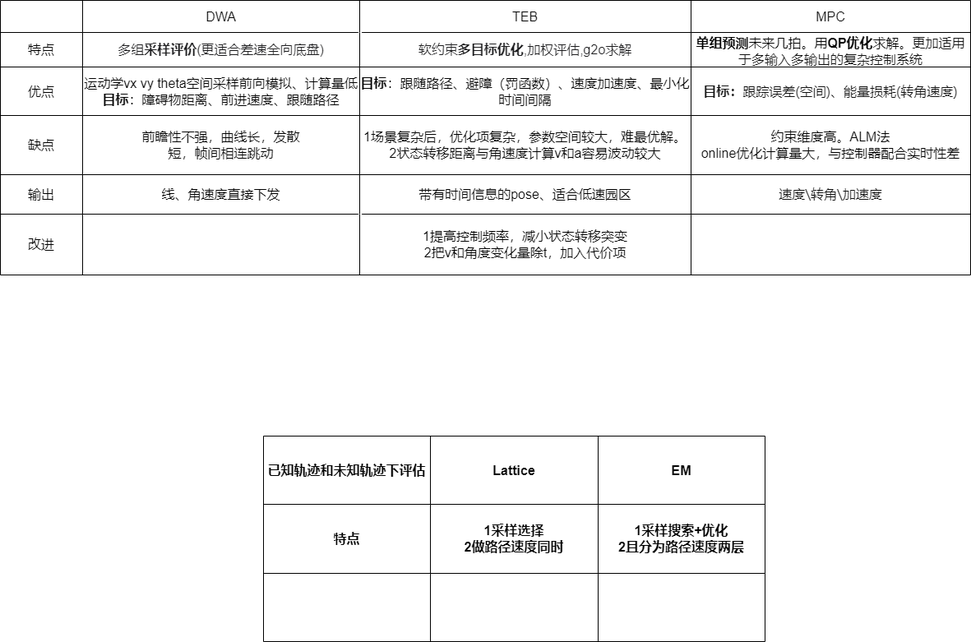
Before: fisrst.drawio.png, a diagram exported from draw.io (JonHarold/MAPF). Source tidied: cells renumbered, new cells last; positions are measured from the earlier drawing's top-left corner, leaving out a move shared by most shapes.
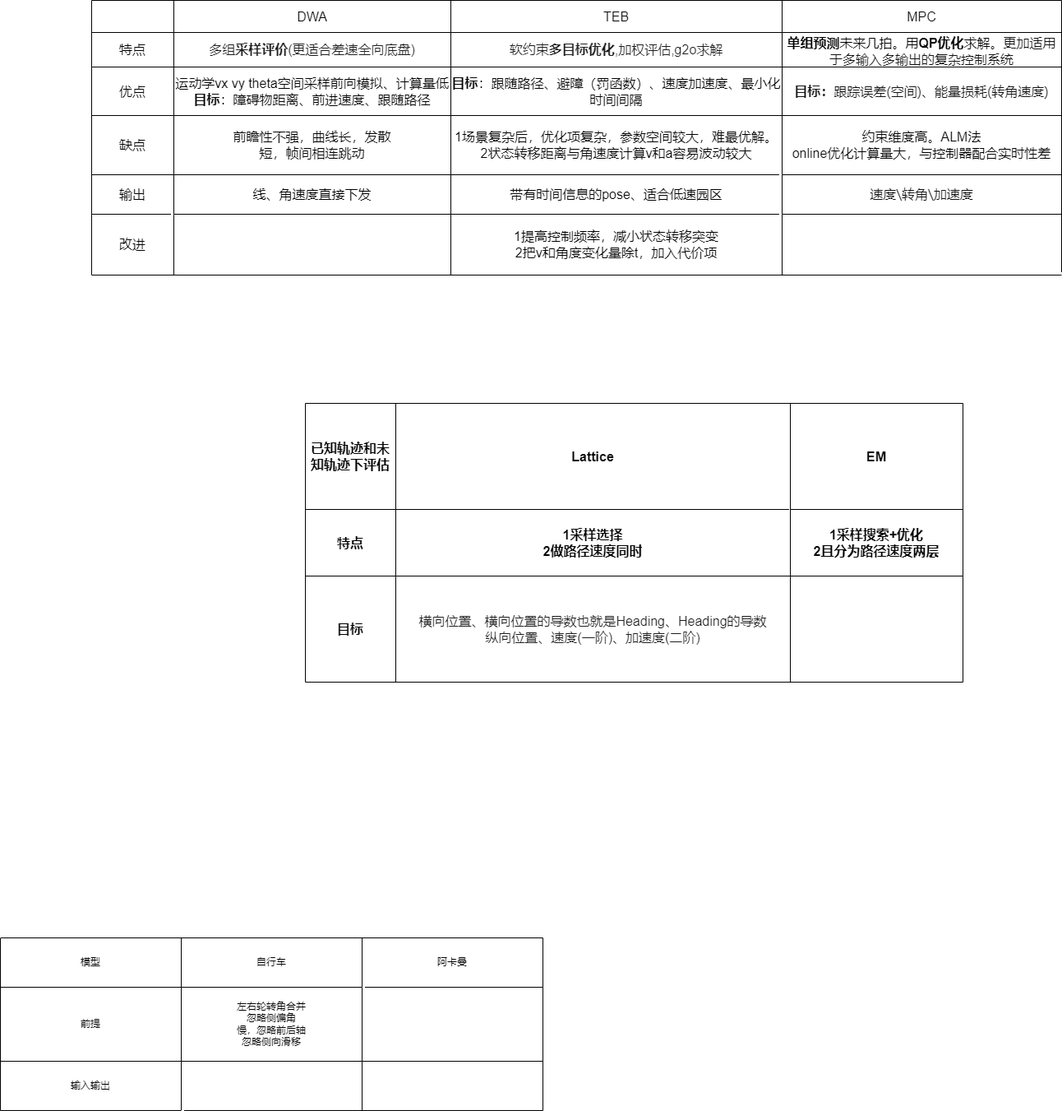
Above is the later version.

The edit, as a diff of the source:
```diff
@@ -96,43 +96,82 @@
       <mxGeometry x="840" width="340" height="74" as="geometry" />
     </mxCell>
     <mxCell id="33" style="shape=table;startSize=0;fontSize=16;fontStyle=1;" parent="1" vertex="1">
-      <mxGeometry x="320" y="530" width="610" height="250" as="geometry" />
+      <mxGeometry x="260" y="490" width="800" height="339" as="geometry" />
     </mxCell>
     <mxCell id="34" style="shape=tableRow;horizontal=0;startSize=0;swimlaneHead=0;swimlaneBody=0;top=0;left=0;bottom=0;right=0;fillColor=none;fontSize=16;fontStyle=1;" parent="33" vertex="1">
-      <mxGeometry width="610" height="83" as="geometry" />
+      <mxGeometry width="800" height="129" as="geometry" />
     </mxCell>
     <mxCell id="35" value="已知轨迹和未知轨迹下评估" style="shape=partialRectangle;html=1;whiteSpace=wrap;overflow=hidden;fillColor=none;top=0;left=0;bottom=0;right=0;fontSize=16;fontStyle=1;" parent="34" vertex="1">
-      <mxGeometry width="203" height="83" as="geometry" />
+      <mxGeometry width="110" height="129" as="geometry" />
     </mxCell>
     <mxCell id="36" value="Lattice" style="shape=partialRectangle;html=1;whiteSpace=wrap;overflow=hidden;fillColor=none;top=0;left=0;bottom=0;right=0;fontSize=16;fontStyle=1;" parent="34" vertex="1">
-      <mxGeometry x="203" width="204" height="83" as="geometry" />
+      <mxGeometry x="110" width="480" height="129" as="geometry" />
     </mxCell>
     <mxCell id="37" value="EM" style="shape=partialRectangle;html=1;whiteSpace=wrap;overflow=hidden;fillColor=none;top=0;left=0;bottom=0;right=0;fontSize=16;fontStyle=1;" parent="34" vertex="1">
-      <mxGeometry x="407" width="203" height="83" as="geometry" />
+      <mxGeometry x="590" width="210" height="129" as="geometry" />
     </mxCell>
     <mxCell id="38" style="shape=tableRow;horizontal=0;startSize=0;swimlaneHead=0;swimlaneBody=0;top=0;left=0;bottom=0;right=0;fillColor=none;fontSize=16;fontStyle=1;" parent="33" vertex="1">
-      <mxGeometry y="83" width="610" height="84" as="geometry" />
+      <mxGeometry y="129" width="800" height="81" as="geometry" />
     </mxCell>
     <mxCell id="39" value="特点" style="shape=partialRectangle;html=1;whiteSpace=wrap;overflow=hidden;fillColor=none;top=0;left=0;bottom=0;right=0;fontSize=16;fontStyle=1;" parent="38" vertex="1">
-      <mxGeometry width="203" height="84" as="geometry" />
+      <mxGeometry width="110" height="81" as="geometry" />
     </mxCell>
     <mxCell id="40" value="1采样选择&lt;br&gt;2做路径速度同时" style="shape=partialRectangle;html=1;whiteSpace=wrap;overflow=hidden;fillColor=none;top=0;left=0;bottom=0;right=0;fontSize=16;fontStyle=1;" parent="38" vertex="1">
-      <mxGeometry x="203" width="204" height="84" as="geometry" />
+      <mxGeometry x="110" width="480" height="81" as="geometry" />
     </mxCell>
     <mxCell id="41" value="1采样搜索+优化&lt;br style=&quot;font-size: 16px;&quot;&gt;2且分为路径速度两层" style="shape=partialRectangle;html=1;whiteSpace=wrap;overflow=hidden;fillColor=none;top=0;left=0;bottom=0;right=0;fontSize=16;fontStyle=1;" parent="38" vertex="1">
-      <mxGeometry x="407" width="203" height="84" as="geometry" />
+      <mxGeometry x="590" width="210" height="81" as="geometry" />
     </mxCell>
     <mxCell id="42" style="shape=tableRow;horizontal=0;startSize=0;swimlaneHead=0;swimlaneBody=0;top=0;left=0;bottom=0;right=0;fillColor=none;fontSize=16;fontStyle=1;" parent="33" vertex="1">
-      <mxGeometry y="167" width="610" height="83" as="geometry" />
+      <mxGeometry y="210" width="800" height="129" as="geometry" />
     </mxCell>
-    <mxCell id="43" style="shape=partialRectangle;html=1;whiteSpace=wrap;overflow=hidden;fillColor=none;top=0;left=0;bottom=0;right=0;fontSize=16;fontStyle=1;" parent="42" vertex="1">
-      <mxGeometry width="203" height="83" as="geometry" />
+    <mxCell id="43" value="目标" style="shape=partialRectangle;html=1;whiteSpace=wrap;overflow=hidden;fillColor=none;top=0;left=0;bottom=0;right=0;fontSize=16;fontStyle=1;" parent="42" vertex="1">
+      <mxGeometry width="110" height="129" as="geometry" />
     </mxCell>
-    <mxCell id="44" style="shape=partialRectangle;html=1;whiteSpace=wrap;overflow=hidden;fillColor=none;top=0;left=0;bottom=0;right=0;fontSize=16;fontStyle=1;" parent="42" vertex="1">
-      <mxGeometry x="203" width="204" height="83" as="geometry" />
+    <mxCell id="44" value="&lt;span style=&quot;color: rgb(29, 29, 31); font-family: SourceSansPro, -apple-system, &amp;quot;PingFang SC&amp;quot;, &amp;quot;Apple Color Emoji&amp;quot;, BlinkMacSystemFont, Helvetica, Arial, &amp;quot;Segoe UI Emoji&amp;quot;, &amp;quot;Segoe UI Symbol&amp;quot;, &amp;quot;Microsoft YaHei&amp;quot;, 微软雅黑, 黑体, Heiti, sans-serif, SimSun, 宋体, serif; font-weight: 400; text-align: start; background-color: rgb(255, 255, 255);&quot;&gt;横向位置、横向位置的导数也就是Heading、Heading的导数&lt;br&gt;&lt;/span&gt;&lt;span style=&quot;color: rgb(29, 29, 31); font-family: SourceSansPro, -apple-system, &amp;quot;PingFang SC&amp;quot;, &amp;quot;Apple Color Emoji&amp;quot;, BlinkMacSystemFont, Helvetica, Arial, &amp;quot;Segoe UI Emoji&amp;quot;, &amp;quot;Segoe UI Symbol&amp;quot;, &amp;quot;Microsoft YaHei&amp;quot;, 微软雅黑, 黑体, Heiti, sans-serif, SimSun, 宋体, serif; font-weight: 400; text-align: start; background-color: rgb(255, 255, 255);&quot;&gt;纵向位置、速度(一阶)、加速度(二阶)&lt;/span&gt;&lt;span style=&quot;color: rgb(29, 29, 31); font-family: SourceSansPro, -apple-system, &amp;quot;PingFang SC&amp;quot;, &amp;quot;Apple Color Emoji&amp;quot;, BlinkMacSystemFont, Helvetica, Arial, &amp;quot;Segoe UI Emoji&amp;quot;, &amp;quot;Segoe UI Symbol&amp;quot;, &amp;quot;Microsoft YaHei&amp;quot;, 微软雅黑, 黑体, Heiti, sans-serif, SimSun, 宋体, serif; font-weight: 400; text-align: start; background-color: rgb(255, 255, 255);&quot;&gt;&lt;br&gt;&lt;/span&gt;" style="shape=partialRectangle;html=1;whiteSpace=wrap;overflow=hidden;fillColor=none;top=0;left=0;bottom=0;right=0;fontSize=16;fontStyle=1;" parent="42" vertex="1">
+      <mxGeometry x="110" width="480" height="129" as="geometry" />
     </mxCell>
     <mxCell id="45" style="shape=partialRectangle;html=1;whiteSpace=wrap;overflow=hidden;fillColor=none;top=0;left=0;bottom=0;right=0;fontSize=16;fontStyle=1;" parent="42" vertex="1">
-      <mxGeometry x="407" width="203" height="83" as="geometry" />
+      <mxGeometry x="590" width="210" height="129" as="geometry" />
     </mxCell>
+    <mxCell id="46" style="shape=table;startSize=0;" parent="1" vertex="1">
+      <mxGeometry x="-111" y="1140" width="660" height="210" as="geometry" />
+    </mxCell>
+    <mxCell id="47" style="shape=tableRow;horizontal=0;startSize=0;swimlaneHead=0;swimlaneBody=0;top=0;left=0;bottom=0;right=0;fillColor=none;" parent="46" vertex="1">
+      <mxGeometry width="660" height="60" as="geometry" />
+    </mxCell>
+    <mxCell id="48" value="模型" style="shape=partialRectangle;html=1;whiteSpace=wrap;overflow=hidden;fillColor=none;top=0;left=0;bottom=0;right=0;" parent="47" vertex="1">
+      <mxGeometry width="220" height="60" as="geometry" />
+    </mxCell>
+    <mxCell id="49" value="自行车" style="shape=partialRectangle;html=1;whiteSpace=wrap;overflow=hidden;fillColor=none;top=0;left=0;bottom=0;right=0;" parent="47" vertex="1">
+      <mxGeometry x="220" width="220" height="60" as="geometry" />
+    </mxCell>
+    <mxCell id="50" value="阿卡曼" style="shape=partialRectangle;html=1;whiteSpace=wrap;overflow=hidden;fillColor=none;top=0;left=0;bottom=0;right=0;" parent="47" vertex="1">
+      <mxGeometry x="440" width="220" height="60" as="geometry" />
+    </mxCell>
+    <mxCell id="51" style="shape=tableRow;horizontal=0;startSize=0;swimlaneHead=0;swimlaneBody=0;top=0;left=0;bottom=0;right=0;fillColor=none;" parent="46" vertex="1">
+      <mxGeometry y="60" width="660" height="90" as="geometry" />
+    </mxCell>
+    <mxCell id="52" value="前提" style="shape=partialRectangle;html=1;whiteSpace=wrap;overflow=hidden;fillColor=none;top=0;left=0;bottom=0;right=0;" parent="51" vertex="1">
+      <mxGeometry width="220" height="90" as="geometry" />
+    </mxCell>
+    <mxCell id="53" value="左右轮转角合并&lt;br&gt;忽略侧偏角&lt;br&gt;慢，忽略前后轴&lt;br&gt;忽略侧向滑移" style="shape=partialRectangle;html=1;whiteSpace=wrap;overflow=hidden;fillColor=none;top=0;left=0;bottom=0;right=0;" parent="51" vertex="1">
+      <mxGeometry x="220" width="220" height="90" as="geometry" />
+    </mxCell>
+    <mxCell id="54" style="shape=partialRectangle;html=1;whiteSpace=wrap;overflow=hidden;fillColor=none;top=0;left=0;bottom=0;right=0;" parent="51" vertex="1">
+      <mxGeometry x="440" width="220" height="90" as="geometry" />
+    </mxCell>
+    <mxCell id="55" style="shape=tableRow;horizontal=0;startSize=0;swimlaneHead=0;swimlaneBody=0;top=0;left=0;bottom=0;right=0;fillColor=none;" parent="46" vertex="1">
+      <mxGeometry y="150" width="660" height="60" as="geometry" />
+    </mxCell>
+    <mxCell id="56" value="输入输出" style="shape=partialRectangle;html=1;whiteSpace=wrap;overflow=hidden;fillColor=none;top=0;left=0;bottom=0;right=0;" parent="55" vertex="1">
+      <mxGeometry width="220" height="60" as="geometry" />
+    </mxCell>
+    <mxCell id="57" style="shape=partialRectangle;html=1;whiteSpace=wrap;overflow=hidden;fillColor=none;top=0;left=0;bottom=0;right=0;" parent="55" vertex="1">
+      <mxGeometry x="220" width="220" height="60" as="geometry" />
+    </mxCell>
+    <mxCell id="58" style="shape=partialRectangle;html=1;whiteSpace=wrap;overflow=hidden;fillColor=none;top=0;left=0;bottom=0;right=0;" parent="55" vertex="1">
+      <mxGeometry x="440" width="220" height="60" as="geometry" />
+    </mxCell>
   </root>
 </mxGraphModel>
```
